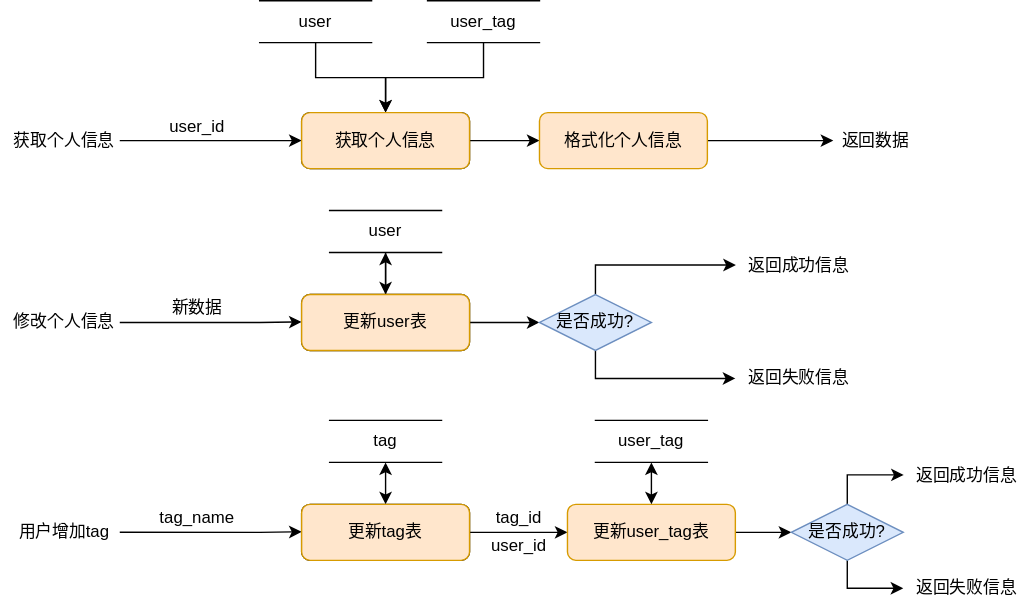
The draw.io diagram doc/pictures/个人主页数据流图.drawio.svg in Guo-HY/BUAA_DB, before a commit. Source tidied: cells renumbered, new cells last; positions are measured from the earlier drawing's top-left corner, leaving out a move shared by most shapes. Source of this version:
```xml
<mxGraphModel>
  <root>
    <mxCell id="0" />
    <mxCell id="1" parent="0" />
    <mxCell id="2" value="修改个人信息" style="text;html=1;align=center;verticalAlign=middle;strokeColor=none;fillColor=none;" parent="1" vertex="1">
      <mxGeometry y="220" width="90" height="20" as="geometry" />
    </mxCell>
    <mxCell id="3" style="edgeStyle=orthogonalEdgeStyle;rounded=0;jettySize=auto;html=1;entryX=0;entryY=0.5;entryDx=0;entryDy=0;" parent="1" edge="1" target="7">
      <mxGeometry relative="1" as="geometry">
        <mxPoint x="85" y="100" as="sourcePoint" />
      </mxGeometry>
    </mxCell>
    <mxCell id="4" value="获取个人信息" style="text;html=1;align=center;verticalAlign=middle;strokeColor=none;fillColor=none;" parent="1" vertex="1">
      <mxGeometry y="90" width="90" height="20" as="geometry" />
    </mxCell>
    <mxCell id="5" value="user_id" style="text;html=1;align=center;verticalAlign=middle;strokeColor=none;fillColor=none;" parent="1" vertex="1">
      <mxGeometry x="115" y="80" width="50" height="20" as="geometry" />
    </mxCell>
    <mxCell id="6" style="edgeStyle=orthogonalEdgeStyle;rounded=0;jettySize=auto;html=1;exitX=1;exitY=0.5;exitDx=0;exitDy=0;" parent="1" edge="1" source="7" target="13">
      <mxGeometry relative="1" as="geometry" />
    </mxCell>
    <mxCell id="7" value="获取个人信息" style="rounded=1;whiteSpace=wrap;html=1;" parent="1" vertex="1">
      <mxGeometry x="215" y="80" width="120" height="40" as="geometry" />
    </mxCell>
    <mxCell id="8" style="edgeStyle=orthogonalEdgeStyle;rounded=0;jettySize=auto;html=1;exitX=0.5;exitY=1;exitDx=0;exitDy=0;entryX=0.5;entryY=0;entryDx=0;entryDy=0;" parent="1" edge="1" source="9" target="7">
      <mxGeometry relative="1" as="geometry" />
    </mxCell>
    <mxCell id="9" value="user" style="shape=partialRectangle;whiteSpace=wrap;html=1;left=0;right=0;fillColor=none;" parent="1" vertex="1">
      <mxGeometry x="185" width="80" height="30" as="geometry" />
    </mxCell>
    <mxCell id="10" style="edgeStyle=orthogonalEdgeStyle;rounded=0;jettySize=auto;html=1;exitX=0.5;exitY=1;exitDx=0;exitDy=0;entryX=0.5;entryY=0;entryDx=0;entryDy=0;" parent="1" edge="1" source="11" target="7">
      <mxGeometry relative="1" as="geometry" />
    </mxCell>
    <mxCell id="11" value="user_tag" style="shape=partialRectangle;whiteSpace=wrap;html=1;left=0;right=0;fillColor=none;" parent="1" vertex="1">
      <mxGeometry x="305" width="80" height="30" as="geometry" />
    </mxCell>
    <mxCell id="12" style="edgeStyle=orthogonalEdgeStyle;rounded=0;jettySize=auto;html=1;exitX=1;exitY=0.5;exitDx=0;exitDy=0;" parent="1" edge="1" source="13" target="14">
      <mxGeometry relative="1" as="geometry" />
    </mxCell>
    <mxCell id="13" value="格式化个人信息" style="rounded=1;whiteSpace=wrap;html=1;fillColor=#ffe6cc;strokeColor=#d79b00;" parent="1" vertex="1">
      <mxGeometry x="385" y="80" width="120" height="40" as="geometry" />
    </mxCell>
    <mxCell id="14" value="返回数据" style="text;html=1;align=center;verticalAlign=middle;points=[];strokeColor=none;fillColor=none;" parent="1" vertex="1">
      <mxGeometry x="595" y="90" width="60" height="20" as="geometry" />
    </mxCell>
    <mxCell id="15" style="edgeStyle=orthogonalEdgeStyle;rounded=0;orthogonalLoop=1;jettySize=auto;html=1;entryX=0;entryY=0.5;entryDx=0;entryDy=0;" parent="1" edge="1">
      <mxGeometry relative="1" as="geometry">
        <mxPoint x="85" y="230" as="sourcePoint" />
        <mxPoint x="215" y="229.6" as="targetPoint" />
        <Array as="points">
          <mxPoint x="185" y="230" />
          <mxPoint x="185" y="230" />
        </Array>
      </mxGeometry>
    </mxCell>
    <mxCell id="16" style="edgeStyle=orthogonalEdgeStyle;rounded=0;jettySize=auto;html=1;exitX=0.5;exitY=0;exitDx=0;exitDy=0;entryX=0.5;entryY=1;entryDx=0;entryDy=0;" parent="1" edge="1" source="18" target="25">
      <mxGeometry relative="1" as="geometry" />
    </mxCell>
    <mxCell id="17" style="edgeStyle=orthogonalEdgeStyle;rounded=0;jettySize=auto;html=1;exitX=1;exitY=0.5;exitDx=0;exitDy=0;" parent="1" edge="1" source="18" target="21">
      <mxGeometry relative="1" as="geometry" />
    </mxCell>
    <mxCell id="18" value="更新user表" style="rounded=1;whiteSpace=wrap;html=1;" parent="1" vertex="1">
      <mxGeometry x="215" y="210" width="120" height="40" as="geometry" />
    </mxCell>
    <mxCell id="19" style="edgeStyle=orthogonalEdgeStyle;rounded=0;jettySize=auto;html=1;exitX=0.5;exitY=0;exitDx=0;exitDy=0;entryX=0.004;entryY=0.447;entryDx=0;entryDy=0;entryPerimeter=0;" parent="1" edge="1" source="21" target="22">
      <mxGeometry relative="1" as="geometry" />
    </mxCell>
    <mxCell id="20" style="edgeStyle=orthogonalEdgeStyle;rounded=0;jettySize=auto;html=1;exitX=0.5;exitY=1;exitDx=0;exitDy=0;entryX=0;entryY=0.5;entryDx=0;entryDy=0;entryPerimeter=0;" parent="1" edge="1" source="21" target="23">
      <mxGeometry relative="1" as="geometry" />
    </mxCell>
    <mxCell id="21" value="是否成功?" style="rhombus;whiteSpace=wrap;html=1;fillColor=#dae8fc;strokeColor=#6c8ebf;" parent="1" vertex="1">
      <mxGeometry x="385" y="210" width="80" height="40" as="geometry" />
    </mxCell>
    <mxCell id="22" value="返回成功信息" style="text;html=1;align=center;verticalAlign=middle;points=[];strokeColor=none;fillColor=none;" parent="1" vertex="1">
      <mxGeometry x="525" y="180" width="90" height="20" as="geometry" />
    </mxCell>
    <mxCell id="23" value="返回失败信息" style="text;html=1;align=center;verticalAlign=middle;points=[];strokeColor=none;fillColor=none;" parent="1" vertex="1">
      <mxGeometry x="525" y="260" width="90" height="20" as="geometry" />
    </mxCell>
    <mxCell id="24" style="edgeStyle=orthogonalEdgeStyle;rounded=0;jettySize=auto;html=1;exitX=0.5;exitY=1;exitDx=0;exitDy=0;entryX=0.5;entryY=0;entryDx=0;entryDy=0;" parent="1" edge="1" source="25" target="18">
      <mxGeometry relative="1" as="geometry" />
    </mxCell>
    <mxCell id="25" value="user" style="shape=partialRectangle;whiteSpace=wrap;html=1;left=0;right=0;fillColor=none;" parent="1" vertex="1">
      <mxGeometry x="235" y="150" width="80" height="30" as="geometry" />
    </mxCell>
    <mxCell id="26" value="新数据" style="text;html=1;align=center;verticalAlign=middle;strokeColor=none;fillColor=none;" parent="1" vertex="1">
      <mxGeometry x="115" y="210" width="50" height="20" as="geometry" />
    </mxCell>
    <mxCell id="27" value="用户增加tag" style="text;html=1;align=center;verticalAlign=middle;strokeColor=none;fillColor=none;" parent="1" vertex="1">
      <mxGeometry x="5" y="370" width="80" height="20" as="geometry" />
    </mxCell>
    <mxCell id="28" style="edgeStyle=orthogonalEdgeStyle;rounded=0;orthogonalLoop=1;jettySize=auto;html=1;entryX=0;entryY=0.5;entryDx=0;entryDy=0;" parent="1" edge="1">
      <mxGeometry relative="1" as="geometry">
        <mxPoint x="85" y="380" as="sourcePoint" />
        <mxPoint x="215" y="379.6" as="targetPoint" />
        <Array as="points">
          <mxPoint x="185" y="380" />
          <mxPoint x="185" y="380" />
        </Array>
      </mxGeometry>
    </mxCell>
    <mxCell id="29" value="tag_name" style="text;html=1;align=center;verticalAlign=middle;strokeColor=none;fillColor=none;" parent="1" vertex="1">
      <mxGeometry x="105" y="360" width="70" height="20" as="geometry" />
    </mxCell>
    <mxCell id="30" style="edgeStyle=orthogonalEdgeStyle;rounded=0;jettySize=auto;html=1;exitX=1;exitY=0.5;exitDx=0;exitDy=0;entryX=0;entryY=0.5;entryDx=0;entryDy=0;" parent="1" edge="1" source="31" target="35">
      <mxGeometry relative="1" as="geometry" />
    </mxCell>
    <mxCell id="31" value="更新tag表" style="rounded=1;whiteSpace=wrap;html=1;" parent="1" vertex="1">
      <mxGeometry x="215" y="360" width="120" height="40" as="geometry" />
    </mxCell>
    <mxCell id="32" value="tag" style="shape=partialRectangle;whiteSpace=wrap;html=1;left=0;right=0;fillColor=none;" parent="1" vertex="1">
      <mxGeometry x="235" y="300" width="80" height="30" as="geometry" />
    </mxCell>
    <mxCell id="33" style="endArrow=classic;startArrow=classic;html=1;rounded=0;exitX=0.5;exitY=0;exitDx=0;exitDy=0;entryX=0.5;entryY=1;entryDx=0;entryDy=0;" parent="1" edge="1" source="31" target="32">
      <mxGeometry relative="1" as="geometry" />
    </mxCell>
    <mxCell id="34" style="edgeStyle=orthogonalEdgeStyle;rounded=0;jettySize=auto;html=1;exitX=1;exitY=0.5;exitDx=0;exitDy=0;" parent="1" edge="1" source="35" target="42">
      <mxGeometry relative="1" as="geometry" />
    </mxCell>
    <mxCell id="35" value="更新user_tag表" style="rounded=1;whiteSpace=wrap;html=1;fillColor=#ffe6cc;strokeColor=#d79b00;" parent="1" vertex="1">
      <mxGeometry x="405" y="360" width="120" height="40" as="geometry" />
    </mxCell>
    <mxCell id="36" value="user_tag" style="shape=partialRectangle;whiteSpace=wrap;html=1;left=0;right=0;fillColor=none;" parent="1" vertex="1">
      <mxGeometry x="425" y="300" width="80" height="30" as="geometry" />
    </mxCell>
    <mxCell id="37" style="endArrow=classic;startArrow=classic;html=1;rounded=0;entryX=0.5;entryY=1;entryDx=0;entryDy=0;exitX=0.5;exitY=0;exitDx=0;exitDy=0;" parent="1" edge="1" source="35" target="36">
      <mxGeometry relative="1" as="geometry" />
    </mxCell>
    <mxCell id="38" value="tag_id" style="text;html=1;align=center;verticalAlign=middle;strokeColor=none;fillColor=none;" parent="1" vertex="1">
      <mxGeometry x="345" y="360" width="50" height="20" as="geometry" />
    </mxCell>
    <mxCell id="39" value="user_id" style="text;html=1;align=center;verticalAlign=middle;strokeColor=none;fillColor=none;" parent="1" vertex="1">
      <mxGeometry x="345" y="380" width="50" height="20" as="geometry" />
    </mxCell>
    <mxCell id="40" style="edgeStyle=orthogonalEdgeStyle;rounded=0;jettySize=auto;html=1;exitX=0.5;exitY=0;exitDx=0;exitDy=0;entryX=0.004;entryY=0.447;entryDx=0;entryDy=0;entryPerimeter=0;" parent="1" edge="1" source="42" target="43">
      <mxGeometry relative="1" as="geometry" />
    </mxCell>
    <mxCell id="41" style="edgeStyle=orthogonalEdgeStyle;rounded=0;jettySize=auto;html=1;exitX=0.5;exitY=1;exitDx=0;exitDy=0;entryX=0;entryY=0.5;entryDx=0;entryDy=0;entryPerimeter=0;" parent="1" edge="1" source="42" target="44">
      <mxGeometry relative="1" as="geometry" />
    </mxCell>
    <mxCell id="42" value="是否成功?" style="rhombus;whiteSpace=wrap;html=1;fillColor=#dae8fc;strokeColor=#6c8ebf;" parent="1" vertex="1">
      <mxGeometry x="565" y="360" width="80" height="40" as="geometry" />
    </mxCell>
    <mxCell id="43" value="返回成功信息" style="text;html=1;align=center;verticalAlign=middle;points=[];strokeColor=none;fillColor=none;" parent="1" vertex="1">
      <mxGeometry x="645" y="330" width="90" height="20" as="geometry" />
    </mxCell>
    <mxCell id="44" value="返回失败信息" style="text;html=1;align=center;verticalAlign=middle;points=[];strokeColor=none;fillColor=none;" parent="1" vertex="1">
      <mxGeometry x="645" y="410" width="90" height="20" as="geometry" />
    </mxCell>
    <mxCell id="45" value="获取个人信息" style="rounded=1;whiteSpace=wrap;html=1;fillColor=#ffe6cc;strokeColor=#d79b00;" parent="1" vertex="1">
      <mxGeometry x="215" y="80" width="120" height="40" as="geometry" />
    </mxCell>
    <mxCell id="46" value="更新user表" style="rounded=1;whiteSpace=wrap;html=1;fillColor=#ffe6cc;strokeColor=#d79b00;" parent="1" vertex="1">
      <mxGeometry x="215" y="210" width="120" height="40" as="geometry" />
    </mxCell>
    <mxCell id="47" value="更新tag表" style="rounded=1;whiteSpace=wrap;html=1;fillColor=#ffe6cc;strokeColor=#d79b00;" parent="1" vertex="1">
      <mxGeometry x="215" y="360" width="120" height="40" as="geometry" />
    </mxCell>
  </root>
</mxGraphModel>
```
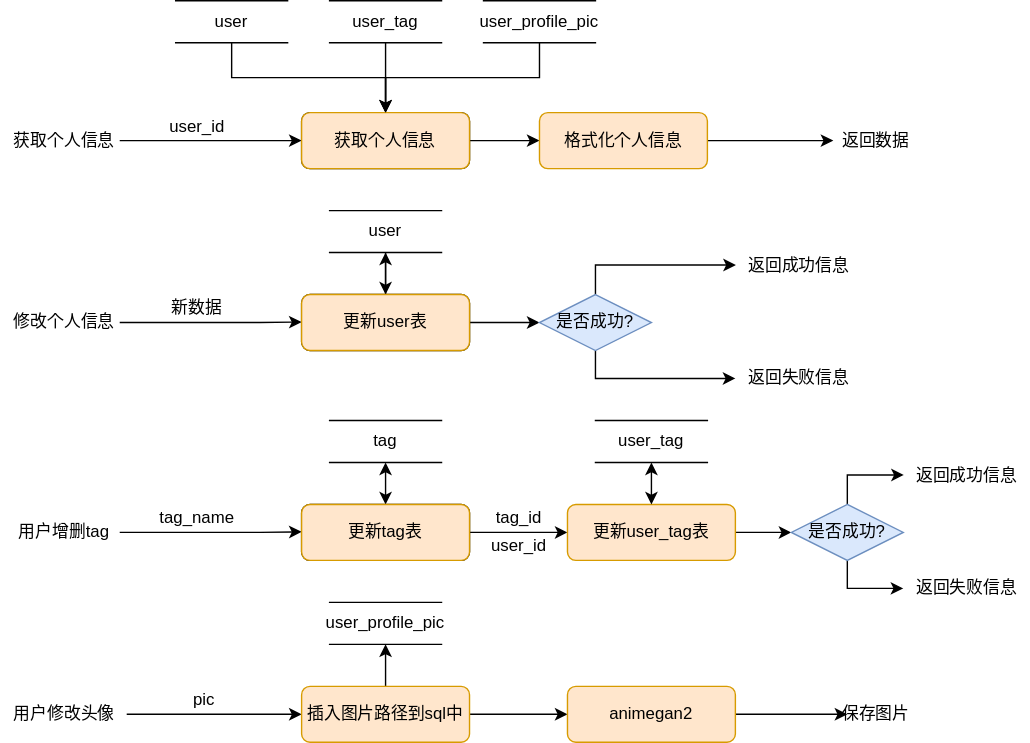
The same file after the commit.

Change to the diagram source:
```diff
@@ -26,13 +26,13 @@
       <mxGeometry relative="1" as="geometry" />
     </mxCell>
     <mxCell id="9" value="user" style="shape=partialRectangle;whiteSpace=wrap;html=1;left=0;right=0;fillColor=none;" parent="1" vertex="1">
-      <mxGeometry x="185" width="80" height="30" as="geometry" />
+      <mxGeometry x="125" width="80" height="30" as="geometry" />
     </mxCell>
     <mxCell id="10" style="edgeStyle=orthogonalEdgeStyle;rounded=0;jettySize=auto;html=1;exitX=0.5;exitY=1;exitDx=0;exitDy=0;entryX=0.5;entryY=0;entryDx=0;entryDy=0;" parent="1" edge="1" source="11" target="7">
       <mxGeometry relative="1" as="geometry" />
     </mxCell>
     <mxCell id="11" value="user_tag" style="shape=partialRectangle;whiteSpace=wrap;html=1;left=0;right=0;fillColor=none;" parent="1" vertex="1">
-      <mxGeometry x="305" width="80" height="30" as="geometry" />
+      <mxGeometry x="235" width="80" height="30" as="geometry" />
     </mxCell>
     <mxCell id="12" style="edgeStyle=orthogonalEdgeStyle;rounded=0;jettySize=auto;html=1;exitX=1;exitY=0.5;exitDx=0;exitDy=0;" parent="1" edge="1" source="13" target="14">
       <mxGeometry relative="1" as="geometry" />
@@ -86,7 +86,7 @@
     <mxCell id="26" value="新数据" style="text;html=1;align=center;verticalAlign=middle;strokeColor=none;fillColor=none;" parent="1" vertex="1">
       <mxGeometry x="115" y="210" width="50" height="20" as="geometry" />
     </mxCell>
-    <mxCell id="27" value="用户增加tag" style="text;html=1;align=center;verticalAlign=middle;strokeColor=none;fillColor=none;" parent="1" vertex="1">
+    <mxCell id="27" value="用户增删tag" style="text;html=1;align=center;verticalAlign=middle;strokeColor=none;fillColor=none;" parent="1" vertex="1">
       <mxGeometry x="5" y="370" width="80" height="20" as="geometry" />
     </mxCell>
     <mxCell id="28" style="edgeStyle=orthogonalEdgeStyle;rounded=0;orthogonalLoop=1;jettySize=auto;html=1;entryX=0;entryY=0.5;entryDx=0;entryDy=0;" parent="1" edge="1">
@@ -156,5 +156,43 @@
     <mxCell id="47" value="更新tag表" style="rounded=1;whiteSpace=wrap;html=1;fillColor=#ffe6cc;strokeColor=#d79b00;" parent="1" vertex="1">
       <mxGeometry x="215" y="360" width="120" height="40" as="geometry" />
     </mxCell>
+    <mxCell id="48" style="edgeStyle=orthogonalEdgeStyle;rounded=0;jettySize=auto;html=1;exitX=0.5;exitY=1;exitDx=0;exitDy=0;entryX=0.5;entryY=0;entryDx=0;entryDy=0;" parent="1" edge="1" source="49" target="45">
+      <mxGeometry relative="1" as="geometry" />
+    </mxCell>
+    <mxCell id="49" value="user_profile_pic" style="shape=partialRectangle;whiteSpace=wrap;html=1;left=0;right=0;fillColor=none;" parent="1" vertex="1">
+      <mxGeometry x="345" width="80" height="30" as="geometry" />
+    </mxCell>
+    <mxCell id="50" style="edgeStyle=orthogonalEdgeStyle;rounded=0;jettySize=auto;html=1;" parent="1" edge="1" source="51" target="54">
+      <mxGeometry relative="1" as="geometry" />
+    </mxCell>
+    <mxCell id="51" value="用户修改头像" style="text;html=1;align=center;verticalAlign=middle;points=[];strokeColor=none;fillColor=none;" parent="1" vertex="1">
+      <mxGeometry y="500" width="90" height="20" as="geometry" />
+    </mxCell>
+    <mxCell id="52" style="edgeStyle=orthogonalEdgeStyle;rounded=0;jettySize=auto;html=1;exitX=0.5;exitY=0;exitDx=0;exitDy=0;" parent="1" edge="1" source="54" target="56">
+      <mxGeometry relative="1" as="geometry" />
+    </mxCell>
+    <mxCell id="53" style="edgeStyle=orthogonalEdgeStyle;rounded=0;jettySize=auto;html=1;exitX=1;exitY=0.5;exitDx=0;exitDy=0;entryX=0;entryY=0.5;entryDx=0;entryDy=0;" parent="1" edge="1" source="54" target="58">
+      <mxGeometry relative="1" as="geometry" />
+    </mxCell>
+    <mxCell id="54" value="插入图片路径到sql中" style="rounded=1;whiteSpace=wrap;html=1;fillColor=#ffe6cc;strokeColor=#d79b00;" parent="1" vertex="1">
+      <mxGeometry x="215" y="490" width="120" height="40" as="geometry" />
+    </mxCell>
+    <mxCell id="55" value="pic" style="text;html=1;align=center;verticalAlign=middle;strokeColor=none;fillColor=none;" parent="1" vertex="1">
+      <mxGeometry x="130" y="490" width="30" height="20" as="geometry" />
+    </mxCell>
+    <mxCell id="56" value="user_profile_pic" style="shape=partialRectangle;whiteSpace=wrap;html=1;left=0;right=0;fillColor=none;" parent="1" vertex="1">
+      <mxGeometry x="235" y="430" width="80" height="30" as="geometry" />
+    </mxCell>
+    <mxCell id="57" style="edgeStyle=orthogonalEdgeStyle;rounded=0;jettySize=auto;html=1;exitX=1;exitY=0.5;exitDx=0;exitDy=0;" parent="1" edge="1" source="58">
+      <mxGeometry relative="1" as="geometry">
+        <mxPoint x="605" y="510" as="targetPoint" />
+      </mxGeometry>
+    </mxCell>
+    <mxCell id="58" value="animegan2" style="rounded=1;whiteSpace=wrap;html=1;fillColor=#ffe6cc;strokeColor=#d79b00;" parent="1" vertex="1">
+      <mxGeometry x="405" y="490" width="120" height="40" as="geometry" />
+    </mxCell>
+    <mxCell id="59" value="保存图片" style="text;html=1;align=center;verticalAlign=middle;strokeColor=none;fillColor=none;" parent="1" vertex="1">
+      <mxGeometry x="595" y="500" width="60" height="20" as="geometry" />
+    </mxCell>
   </root>
 </mxGraphModel>
```
